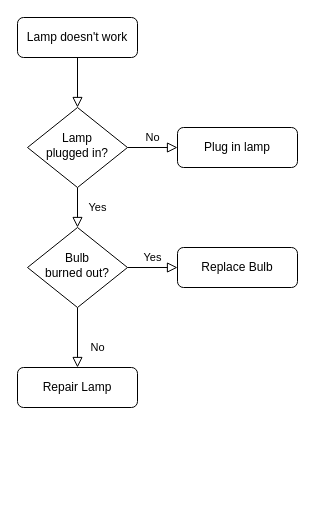
Earlier version of the draw.io diagram Untitled Diagram.drawio (devinmcmanus/hello-world). Source tidied: cells renumbered, new cells numbered last; positions are measured from the earlier drawing's top-left corner, leaving out a move shared by most shapes. Both pictures are drawn from the tidied source at 100%, with x=0, y=0 at pixel (17, 17).
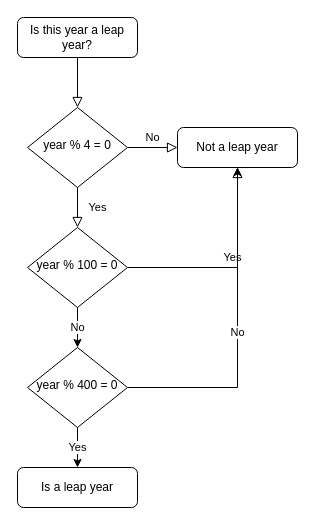
The same page after the edit.

Commit message:
Leap Year Diagram.drawio

Change to the diagram source:
```diff
@@
 <mxGraphModel>
   <root>
     <mxCell id="0" />
     <mxCell id="1" parent="0" />
     <mxCell id="2" style="rounded=0;html=1;jettySize=auto;fontSize=11;endArrow=block;endFill=0;endSize=8;strokeWidth=1;shadow=0;labelBackgroundColor=none;edgeStyle=orthogonalEdgeStyle;" parent="1" edge="1" source="3" target="6">
       <mxGeometry relative="1" as="geometry" />
     </mxCell>
-    <mxCell id="3" value="Lamp doesn't work" style="rounded=1;whiteSpace=wrap;html=1;fontSize=12;glass=0;strokeWidth=1;shadow=0;" parent="1" vertex="1">
+    <mxCell id="3" value="Is this year a leap year?" style="rounded=1;whiteSpace=wrap;html=1;fontSize=12;glass=0;strokeWidth=1;shadow=0;" parent="1" vertex="1">
       <mxGeometry width="120" height="40" as="geometry" />
     </mxCell>
     <mxCell id="4" value="Yes" style="rounded=0;html=1;jettySize=auto;fontSize=11;endArrow=block;endFill=0;endSize=8;strokeWidth=1;shadow=0;labelBackgroundColor=none;edgeStyle=orthogonalEdgeStyle;" parent="1" edge="1" source="6" target="10">
       <mxGeometry y="20" relative="1" as="geometry" />
     </mxCell>
     <mxCell id="5" value="No" style="edgeStyle=orthogonalEdgeStyle;rounded=0;html=1;jettySize=auto;fontSize=11;endArrow=block;endFill=0;endSize=8;strokeWidth=1;shadow=0;labelBackgroundColor=none;" parent="1" edge="1" source="6" target="7">
       <mxGeometry y="10" relative="1" as="geometry" />
     </mxCell>
-    <mxCell id="6" value="Lamp&lt;br&gt;plugged in?" style="rhombus;whiteSpace=wrap;html=1;shadow=0;fontFamily=Helvetica;fontSize=12;align=center;strokeWidth=1;spacing=6;spacingTop=-4;" parent="1" vertex="1">
+    <mxCell id="6" value="year % 4 = 0" style="rhombus;whiteSpace=wrap;html=1;shadow=0;fontFamily=Helvetica;fontSize=12;align=center;strokeWidth=1;spacing=6;spacingTop=-4;" parent="1" vertex="1">
       <mxGeometry x="10" y="90" width="100" height="80" as="geometry" />
     </mxCell>
-    <mxCell id="7" value="Plug in lamp" style="rounded=1;whiteSpace=wrap;html=1;fontSize=12;glass=0;strokeWidth=1;shadow=0;" parent="1" vertex="1">
+    <mxCell id="7" value="&lt;div&gt;Not a leap year&lt;/div&gt;" style="rounded=1;whiteSpace=wrap;html=1;fontSize=12;glass=0;strokeWidth=1;shadow=0;" parent="1" vertex="1">
       <mxGeometry x="160" y="110" width="120" height="40" as="geometry" />
     </mxCell>
-    <mxCell id="8" value="No" style="rounded=0;html=1;jettySize=auto;fontSize=11;endArrow=block;endFill=0;endSize=8;strokeWidth=1;shadow=0;labelBackgroundColor=none;edgeStyle=orthogonalEdgeStyle;" parent="1" edge="1" source="10" target="11">
-      <mxGeometry x="0.33" y="20" relative="1" as="geometry" />
-    </mxCell>
-    <mxCell id="9" value="Yes" style="edgeStyle=orthogonalEdgeStyle;rounded=0;html=1;jettySize=auto;fontSize=11;endArrow=block;endFill=0;endSize=8;strokeWidth=1;shadow=0;labelBackgroundColor=none;" parent="1" edge="1" source="10" target="12">
+    <mxCell id="9" value="Yes" style="edgeStyle=orthogonalEdgeStyle;rounded=0;html=1;jettySize=auto;fontSize=11;endArrow=block;endFill=0;endSize=8;strokeWidth=1;shadow=0;labelBackgroundColor=none;entryX=0.5;entryY=1;entryDx=0;entryDy=0;" parent="1" edge="1" source="10" target="7">
       <mxGeometry y="10" relative="1" as="geometry" />
     </mxCell>
+    <mxCell id="13" value="&lt;div&gt;No&lt;br&gt;&lt;/div&gt;" style="edgeStyle=orthogonalEdgeStyle;rounded=0;jettySize=auto;html=1;" parent="1" edge="1" source="10" target="16">
+      <mxGeometry relative="1" as="geometry" />
+    </mxCell>
-    <mxCell id="10" value="Bulb&lt;br&gt;burned out?" style="rhombus;whiteSpace=wrap;html=1;shadow=0;fontFamily=Helvetica;fontSize=12;align=center;strokeWidth=1;spacing=6;spacingTop=-4;" parent="1" vertex="1">
+    <mxCell id="10" value="year % 100 = 0" style="rhombus;whiteSpace=wrap;html=1;shadow=0;fontFamily=Helvetica;fontSize=12;align=center;strokeWidth=1;spacing=6;spacingTop=-4;" parent="1" vertex="1">
       <mxGeometry x="10" y="210" width="100" height="80" as="geometry" />
     </mxCell>
-    <mxCell id="11" value="Repair Lamp" style="rounded=1;whiteSpace=wrap;html=1;fontSize=12;glass=0;strokeWidth=1;shadow=0;" parent="1" vertex="1">
-      <mxGeometry y="350" width="120" height="40" as="geometry" />
+    <mxCell id="11" value="Is a leap year" style="rounded=1;whiteSpace=wrap;html=1;fontSize=12;glass=0;strokeWidth=1;shadow=0;" parent="1" vertex="1">
+      <mxGeometry y="450" width="120" height="40" as="geometry" />
     </mxCell>
-    <mxCell id="12" value="Replace Bulb" style="rounded=1;whiteSpace=wrap;html=1;fontSize=12;glass=0;strokeWidth=1;shadow=0;" parent="1" vertex="1">
-      <mxGeometry x="160" y="230" width="120" height="40" as="geometry" />
-    </mxCell>
+    <mxCell id="14" value="No" style="edgeStyle=orthogonalEdgeStyle;rounded=0;jettySize=auto;html=1;exitX=1;exitY=0.5;exitDx=0;exitDy=0;entryX=0.5;entryY=1;entryDx=0;entryDy=0;" parent="1" edge="1" source="16" target="7">
+      <mxGeometry relative="1" as="geometry" />
+    </mxCell>
+    <mxCell id="15" value="Yes" style="edgeStyle=orthogonalEdgeStyle;rounded=0;jettySize=auto;html=1;exitX=0.5;exitY=1;exitDx=0;exitDy=0;entryX=0.5;entryY=0;entryDx=0;entryDy=0;" parent="1" edge="1" source="16" target="11">
+      <mxGeometry relative="1" as="geometry" />
+    </mxCell>
+    <mxCell id="16" value="year % 400 = 0" style="rhombus;whiteSpace=wrap;html=1;shadow=0;fontFamily=Helvetica;fontSize=12;align=center;strokeWidth=1;spacing=6;spacingTop=-4;" parent="1" vertex="1">
+      <mxGeometry x="10" y="330" width="100" height="80" as="geometry" />
+    </mxCell>
   </root>
 </mxGraphModel>
```
